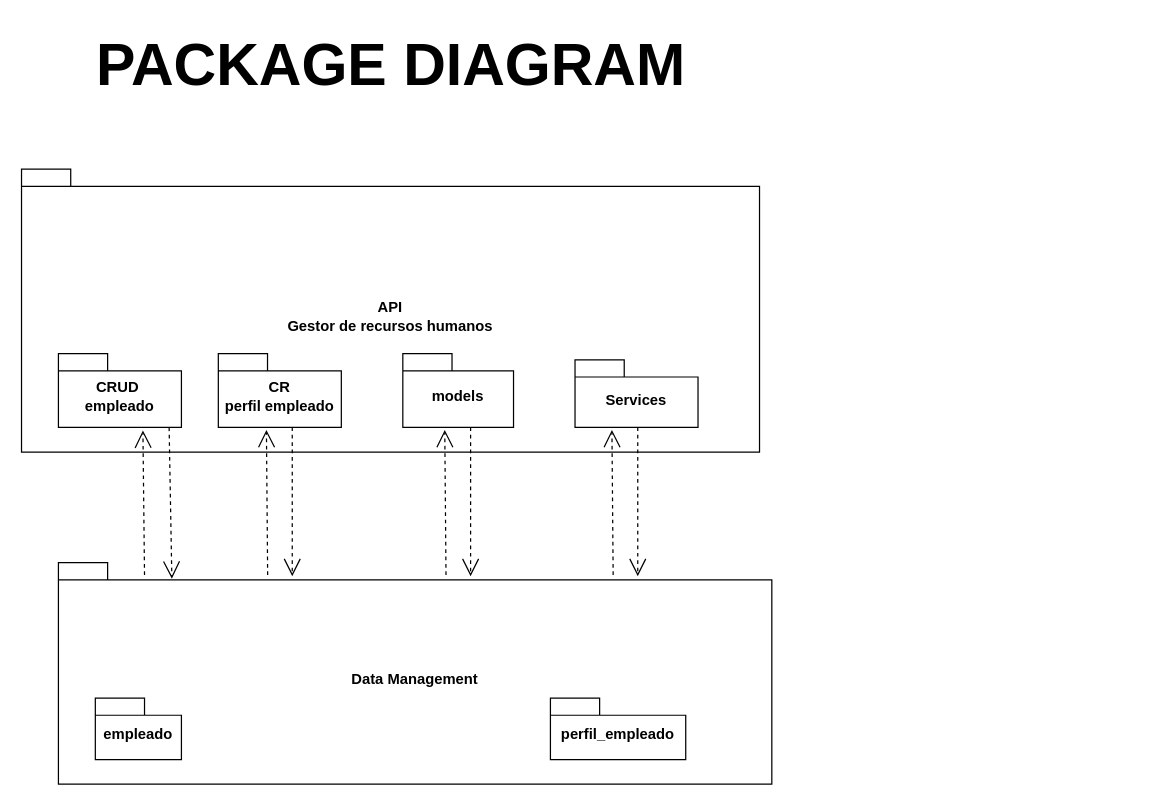
Above: page "PACKAGE DIAGRAM" (3 of 3) of app/docs/DiagramasCOMPACKDATA.drawio in Gemu03/FastApi2 (draw.io), before the change. Source tidied: cells renumbered, new cells numbered last; positions are measured from the earlier drawing's top-left corner, leaving out a move shared by most shapes. Both pictures are drawn from the tidied source at 123%, with x=0, y=0 at pixel (21, 21).
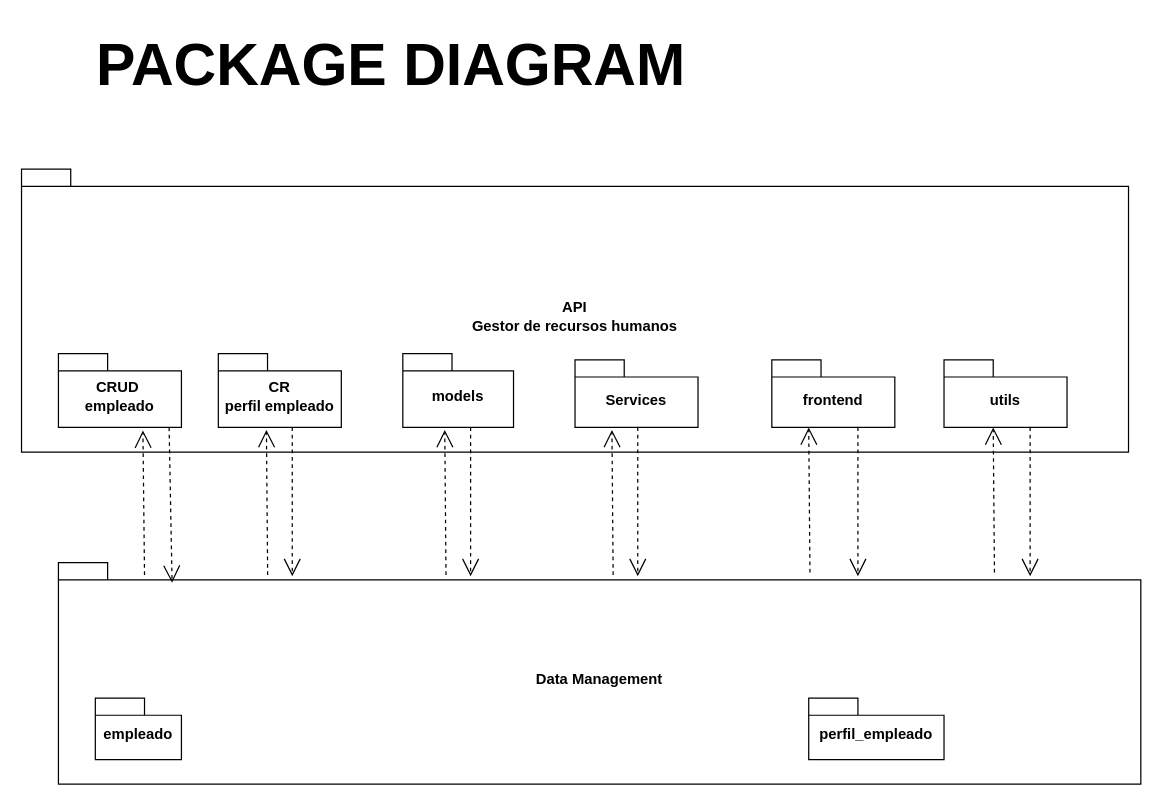
The same page after the edit.

What changed in the source:
```diff
@@
     <mxCell id="2" value="API&lt;div&gt;Gestor de recursos humanos&lt;/div&gt;" style="shape=folder;fontStyle=1;spacingTop=10;tabWidth=40;tabHeight=14;tabPosition=left;html=1;whiteSpace=wrap;" parent="1" vertex="1">
-      <mxGeometry y="120" width="600" height="230" as="geometry" />
+      <mxGeometry y="120" width="900" height="230" as="geometry" />
     </mxCell>
@@
     <mxCell id="6" value="Data Management" style="shape=folder;fontStyle=1;spacingTop=10;tabWidth=40;tabHeight=14;tabPosition=left;html=1;whiteSpace=wrap;" parent="1" vertex="1">
-      <mxGeometry x="30" y="440" width="580" height="180" as="geometry" />
+      <mxGeometry x="30" y="440" width="880" height="180" as="geometry" />
     </mxCell>
@@
     <mxCell id="8" value="perfil_empleado" style="shape=folder;fontStyle=1;spacingTop=10;tabWidth=40;tabHeight=14;tabPosition=left;html=1;whiteSpace=wrap;" parent="1" vertex="1">
-      <mxGeometry x="430" y="550" width="110" height="50" as="geometry" />
+      <mxGeometry x="640" y="550" width="110" height="50" as="geometry" />
     </mxCell>
@@
-    <mxCell id="10" style="endArrow=open;endSize=12;dashed=1;html=1;rounded=0;entryX=0.159;entryY=0.072;entryDx=0;entryDy=0;entryPerimeter=0;" parent="1" edge="1" target="6">
+    <mxCell id="10" style="endArrow=open;endSize=12;dashed=1;html=1;rounded=0;entryX=0.105;entryY=0.091;entryDx=0;entryDy=0;entryPerimeter=0;" parent="1" edge="1" target="6">
       <mxGeometry relative="1" as="geometry">
         <mxPoint x="120" y="330" as="sourcePoint" />
       </mxGeometry>
     </mxCell>
@@
+    <mxCell id="19" value="frontend" style="shape=folder;fontStyle=1;spacingTop=10;tabWidth=40;tabHeight=14;tabPosition=left;html=1;whiteSpace=wrap;" parent="1" vertex="1">
+      <mxGeometry x="610" y="275" width="100" height="55" as="geometry" />
+    </mxCell>
+    <mxCell id="20" style="endArrow=open;endSize=12;dashed=1;html=1;rounded=0;entryX=0.224;entryY=0.062;entryDx=0;entryDy=0;entryPerimeter=0;" parent="1" edge="1">
+      <mxGeometry relative="1" as="geometry">
+        <mxPoint x="680" y="330" as="sourcePoint" />
+        <mxPoint x="680" y="451" as="targetPoint" />
+      </mxGeometry>
+    </mxCell>
+    <mxCell id="21" style="endArrow=open;endSize=12;dashed=1;html=1;rounded=0;entryX=0.687;entryY=1.041;entryDx=0;entryDy=0;entryPerimeter=0;" parent="1" edge="1">
+      <mxGeometry relative="1" as="geometry">
+        <mxPoint x="641" y="448" as="sourcePoint" />
+        <mxPoint x="640" y="330" as="targetPoint" />
+      </mxGeometry>
+    </mxCell>
+    <mxCell id="22" value="utils" style="shape=folder;fontStyle=1;spacingTop=10;tabWidth=40;tabHeight=14;tabPosition=left;html=1;whiteSpace=wrap;" parent="1" vertex="1">
+      <mxGeometry x="750" y="275" width="100" height="55" as="geometry" />
+    </mxCell>
+    <mxCell id="23" style="endArrow=open;endSize=12;dashed=1;html=1;rounded=0;entryX=0.224;entryY=0.062;entryDx=0;entryDy=0;entryPerimeter=0;" parent="1" edge="1">
+      <mxGeometry relative="1" as="geometry">
+        <mxPoint x="820" y="330" as="sourcePoint" />
+        <mxPoint x="820" y="451" as="targetPoint" />
+      </mxGeometry>
+    </mxCell>
+    <mxCell id="24" style="endArrow=open;endSize=12;dashed=1;html=1;rounded=0;entryX=0.687;entryY=1.041;entryDx=0;entryDy=0;entryPerimeter=0;" parent="1" edge="1">
+      <mxGeometry relative="1" as="geometry">
+        <mxPoint x="791" y="448" as="sourcePoint" />
+        <mxPoint x="790" y="330" as="targetPoint" />
+      </mxGeometry>
+    </mxCell>
```
